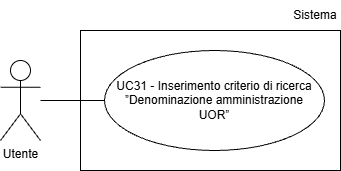
Team-Three-Technologies/Documenti keeps this draw.io diagram as assets/Use_Case_Diagrams/UC31.png. Above is the earlier version. Source tidied: cells renumbered, new cells last; positions are measured from the earlier drawing's top-left corner, leaving out a move shared by most shapes. The source it was exported from:
```xml
<mxGraphModel>
  <root>
    <mxCell id="0" />
    <mxCell id="1" parent="0" />
    <mxCell id="2" value="Utente" style="shape=umlActor;verticalLabelPosition=bottom;verticalAlign=top;html=1;" parent="1" vertex="1">
      <mxGeometry y="60" width="40" height="80" as="geometry" />
    </mxCell>
    <mxCell id="3" value="&lt;div&gt;UC31 - Inserimento criterio di ricerca ”Denominazione amministrazione&lt;/div&gt;&lt;div&gt;UOR”&lt;/div&gt;" style="ellipse;whiteSpace=wrap;html=1;align=center;" parent="1" vertex="1">
      <mxGeometry x="104" y="50" width="220" height="100" as="geometry" />
    </mxCell>
    <mxCell id="4" style="endArrow=none;html=1;rounded=0;entryX=0;entryY=0.5;entryDx=0;entryDy=0;" parent="1" edge="1" target="3">
      <mxGeometry relative="1" as="geometry">
        <mxPoint x="40" y="100" as="sourcePoint" />
      </mxGeometry>
    </mxCell>
    <mxCell id="5" style="rounded=0;whiteSpace=wrap;html=1;fillColor=none;" parent="1" vertex="1">
      <mxGeometry x="80" y="30" width="260" height="140" as="geometry" />
    </mxCell>
    <mxCell id="6" value="Sistema" style="text;html=1;whiteSpace=wrap;strokeColor=none;fillColor=none;align=center;verticalAlign=middle;rounded=0;" parent="1" vertex="1">
      <mxGeometry x="290" width="50" height="30" as="geometry" />
    </mxCell>
  </root>
</mxGraphModel>
```
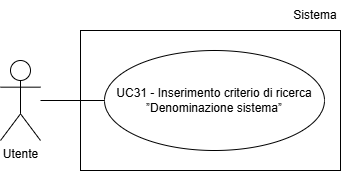
After the change.

The edit, as a diff of the source:
```diff
@@ -5,14 +5,14 @@
     <mxCell id="2" value="Utente" style="shape=umlActor;verticalLabelPosition=bottom;verticalAlign=top;html=1;" parent="1" vertex="1">
       <mxGeometry y="60" width="40" height="80" as="geometry" />
     </mxCell>
-    <mxCell id="3" value="&lt;div&gt;UC31 - Inserimento criterio di ricerca ”Denominazione amministrazione&lt;/div&gt;&lt;div&gt;UOR”&lt;/div&gt;" style="ellipse;whiteSpace=wrap;html=1;align=center;" parent="1" vertex="1">
-      <mxGeometry x="104" y="50" width="220" height="100" as="geometry" />
-    </mxCell>
-    <mxCell id="4" style="endArrow=none;html=1;rounded=0;entryX=0;entryY=0.5;entryDx=0;entryDy=0;" parent="1" edge="1" target="3">
-      <mxGeometry relative="1" as="geometry">
-        <mxPoint x="40" y="100" as="sourcePoint" />
-      </mxGeometry>
-    </mxCell>
+    <mxCell id="7" value="UC31 - Inserimento criterio di ricerca ”Denominazione sistema”" style="ellipse;whiteSpace=wrap;html=1;align=center;" parent="1" vertex="1">
+      <mxGeometry x="104" y="50" width="220" height="100" as="geometry" />
+    </mxCell>
+    <mxCell id="8" style="endArrow=none;html=1;rounded=0;entryX=0;entryY=0.5;entryDx=0;entryDy=0;" parent="1" edge="1" target="7">
+      <mxGeometry relative="1" as="geometry">
+        <mxPoint x="40" y="100" as="sourcePoint" />
+      </mxGeometry>
+    </mxCell>
     <mxCell id="5" style="rounded=0;whiteSpace=wrap;html=1;fillColor=none;" parent="1" vertex="1">
       <mxGeometry x="80" y="30" width="260" height="140" as="geometry" />
     </mxCell>
```
